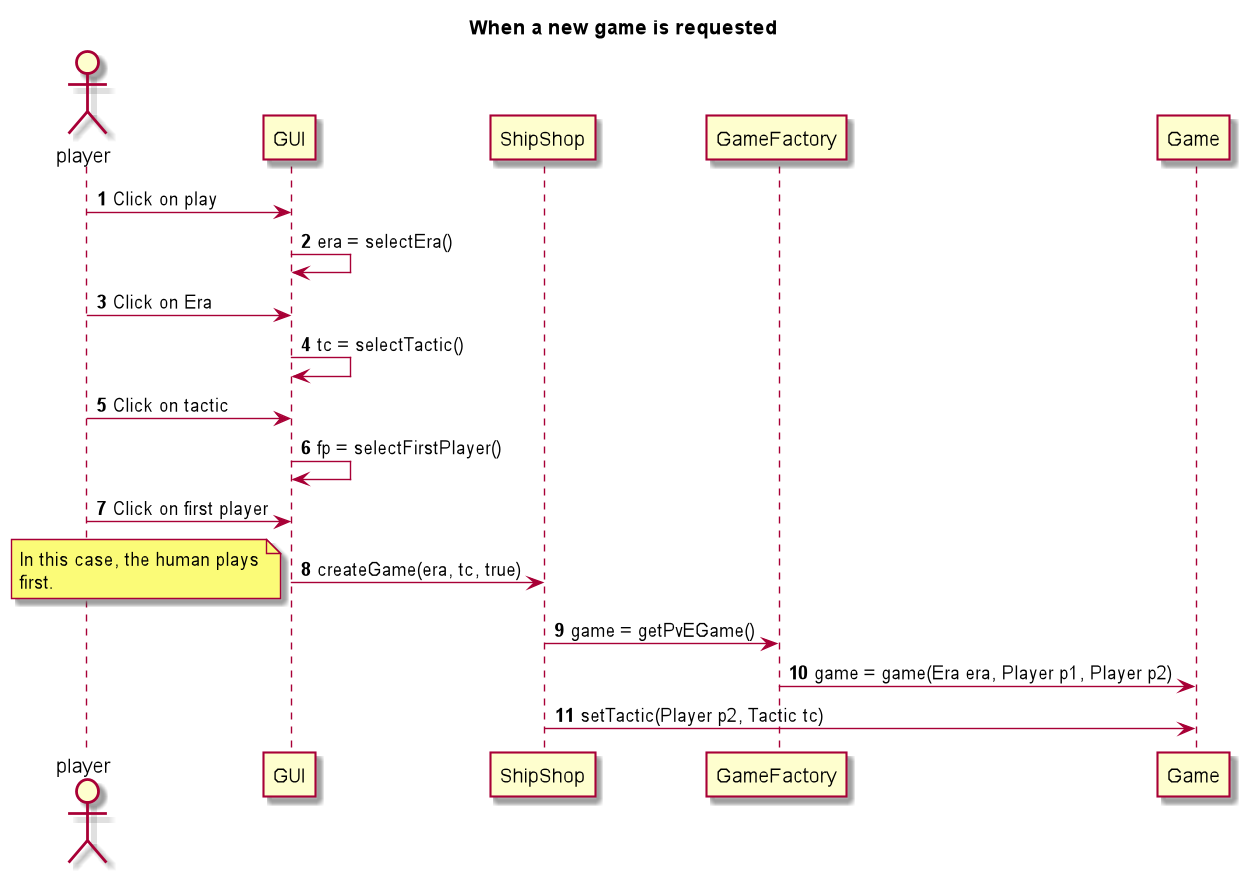
Earlier version of the PlantUML export doc/conception/image/sequences/createGame.png (Reynault/ShipShop). Its diagram source:
```plantuml
@startuml
title When a new game is requested

autonumber
actor player

player -> GUI: Click on play

GUI -> GUI: era = selectEra()
player -> GUI: Click on Era

GUI -> GUI: tc = selectTactic()
player -> GUI: Click on tactic

GUI -> GUI: fp = selectFirstPlayer()
player -> GUI: Click on first player


GUI -> ShipShop: createGame(era, tc, true)

note left
In this case, the human plays
first.
end note

ShipShop -> GameFactory: game = getPvEGame()

GameFactory -> Game:  game = game(Era era, Player p1, Player p2)
ShipShop -> Game: setTactic(Player p2, Tactic tc)
@enduml
```
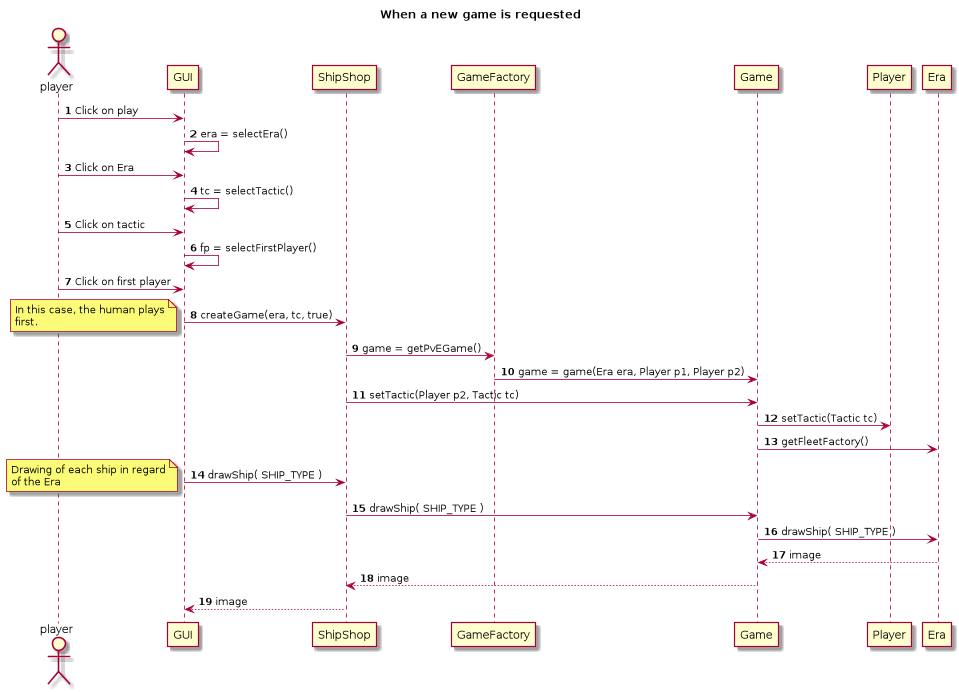
Later version of the same file.

The edit, as a diff of the source:
```diff
@@ -27,4 +27,26 @@
 
 GameFactory -> Game:  game = game(Era era, Player p1, Player p2)
 ShipShop -> Game: setTactic(Player p2, Tactic tc)
+Game -> Player: setTactic(Tactic tc)
+
+Game -> Era: getFleetFactory()
+
+GUI -> ShipShop: drawShip( SHIP_TYPE )
+
+note left
+Drawing of each ship in regard
+of the Era
+end note
+
+
+ShipShop -> Game: drawShip( SHIP_TYPE )
+
+Game -> Era: drawShip( SHIP_TYPE )
+
+Era --> Game : image
+
+Game --> ShipShop : image
+
+ShipShop --> GUI : image
+
 @enduml
```
